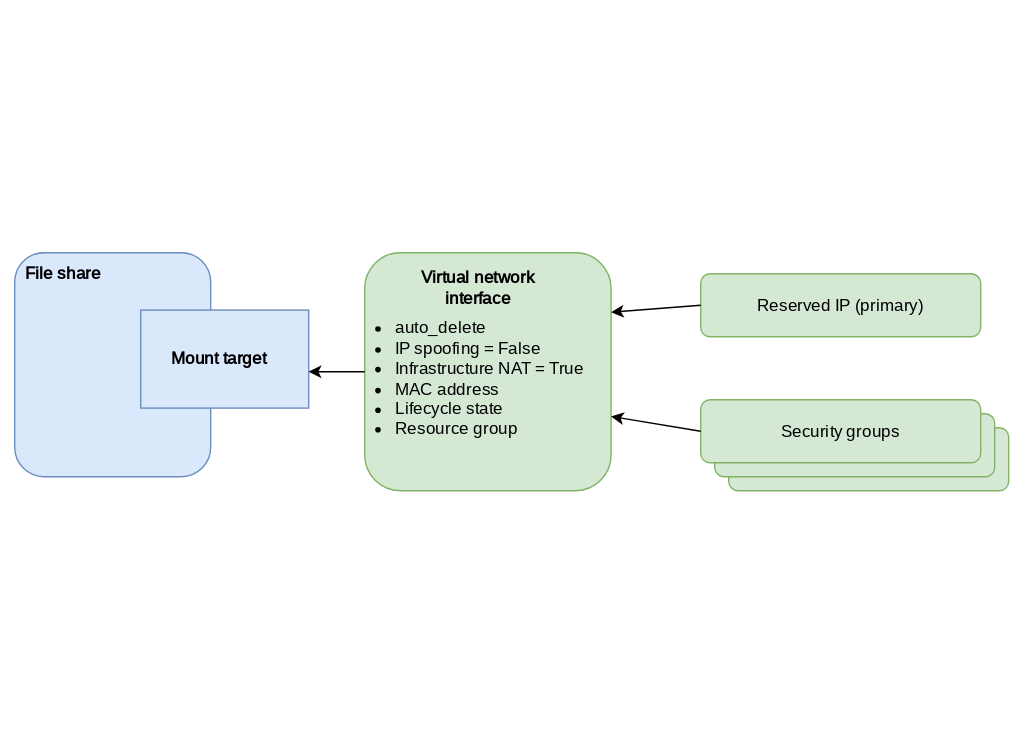
The draw.io diagram images/vni-fs-arch.svg in ibm-cloud-docs/vpc, before a commit. Source tidied: cells renumbered, new cells last; positions are measured from the earlier drawing's top-left corner, leaving out a move shared by most shapes.
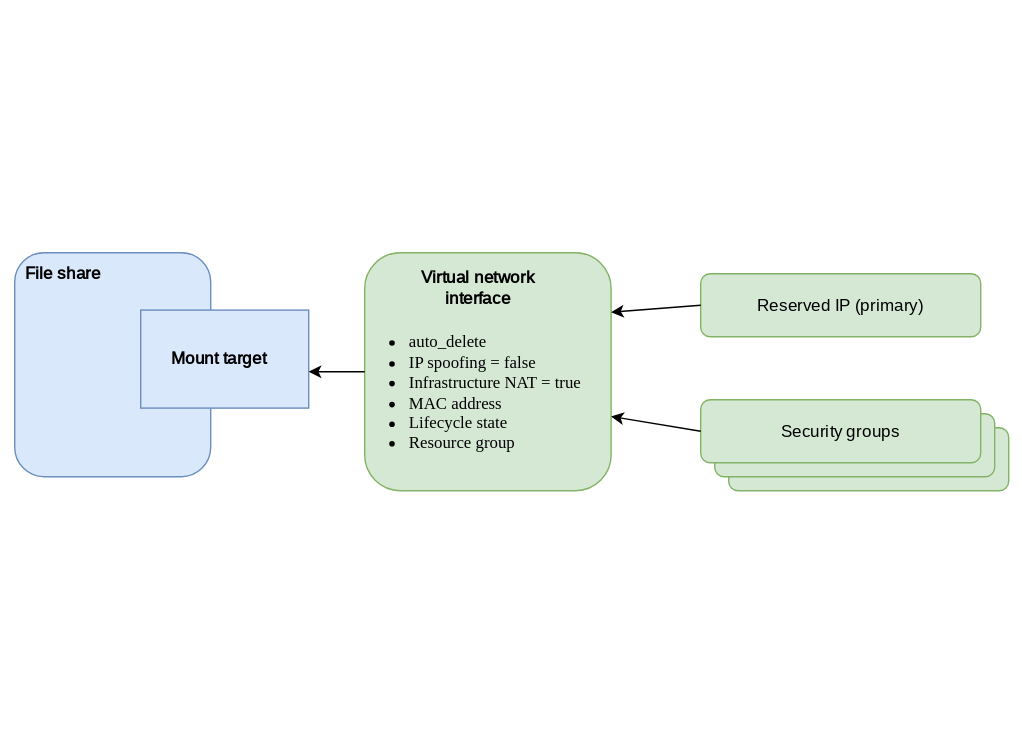
After the commit.

Commit message:
Susan Shelton: Merge branch 'source' of https://github.ibm.com/cloud-docs/vpc into source

The edit, as a diff of the source:
```diff
@@ -20,9 +20,6 @@
     <mxCell id="7" value="Mount target" style="text;html=1;strokeColor=none;fillColor=none;align=left;verticalAlign=middle;whiteSpace=wrap;rounded=0;fontFamily=IBM Plex Sans;fontStyle=1;" parent="1" vertex="1">
       <mxGeometry x="120" y="241" width="120" height="30" as="geometry" />
     </mxCell>
-    <mxCell id="8" value="&lt;ul&gt;&lt;li&gt;auto_delete&lt;/li&gt;&lt;li&gt;IP spoofing = False&lt;/li&gt;&lt;li&gt;Infrastructure NAT = True&lt;/li&gt;&lt;li&gt;MAC address&lt;/li&gt;&lt;li&gt;Lifecycle state&lt;/li&gt;&lt;li&gt;Resource group&lt;/li&gt;&lt;/ul&gt;" style="text;html=1;strokeColor=none;fillColor=none;align=left;verticalAlign=middle;whiteSpace=wrap;rounded=0;fontFamily=IBM Plex Sans;" parent="1" vertex="1">
-      <mxGeometry x="240" y="260" width="190" height="20" as="geometry" />
-    </mxCell>
     <mxCell id="9" value="&lt;font face=&quot;IBM Plex Sans&quot;&gt;&lt;b&gt;Virtual network interface&lt;/b&gt;&lt;/font&gt;" style="text;html=1;strokeColor=none;fillColor=none;align=center;verticalAlign=middle;whiteSpace=wrap;rounded=0;" parent="1" vertex="1">
       <mxGeometry x="286" y="190" width="110" height="30" as="geometry" />
     </mxCell>
@@ -47,5 +44,8 @@
     <mxCell id="16" style="endArrow=classic;html=1;rounded=0;exitX=0;exitY=0.5;exitDx=0;exitDy=0;entryX=1;entryY=0.688;entryDx=0;entryDy=0;entryPerimeter=0;" parent="1" edge="1" source="14" target="3">
       <mxGeometry relative="1" as="geometry" />
     </mxCell>
+    <mxCell id="17" value="&lt;div style=&quot;&quot;&gt;&lt;ul&gt;&lt;li&gt;&lt;font&gt;auto_delete&lt;/font&gt;&lt;/li&gt;&lt;li&gt;&lt;font&gt;IP spoofing = false&lt;/font&gt;&lt;/li&gt;&lt;li&gt;&lt;font&gt;Infrastructure NAT = true&lt;/font&gt;&lt;/li&gt;&lt;li&gt;&lt;font&gt;MAC address&lt;/font&gt;&lt;/li&gt;&lt;li&gt;&lt;font&gt;Lifecycle state&lt;/font&gt;&lt;/li&gt;&lt;li&gt;&lt;font&gt;Resource group&lt;/font&gt;&lt;/li&gt;&lt;/ul&gt;&lt;/div&gt;" style="text;html=1;align=left;verticalAlign=middle;whiteSpace=wrap;rounded=0;fontFamily=IBM-Plex-Sans;labelPosition=center;verticalLabelPosition=middle;" parent="1" vertex="1">
+      <mxGeometry x="250" y="220" width="180" height="120" as="geometry" />
+    </mxCell>
   </root>
 </mxGraphModel>
```
